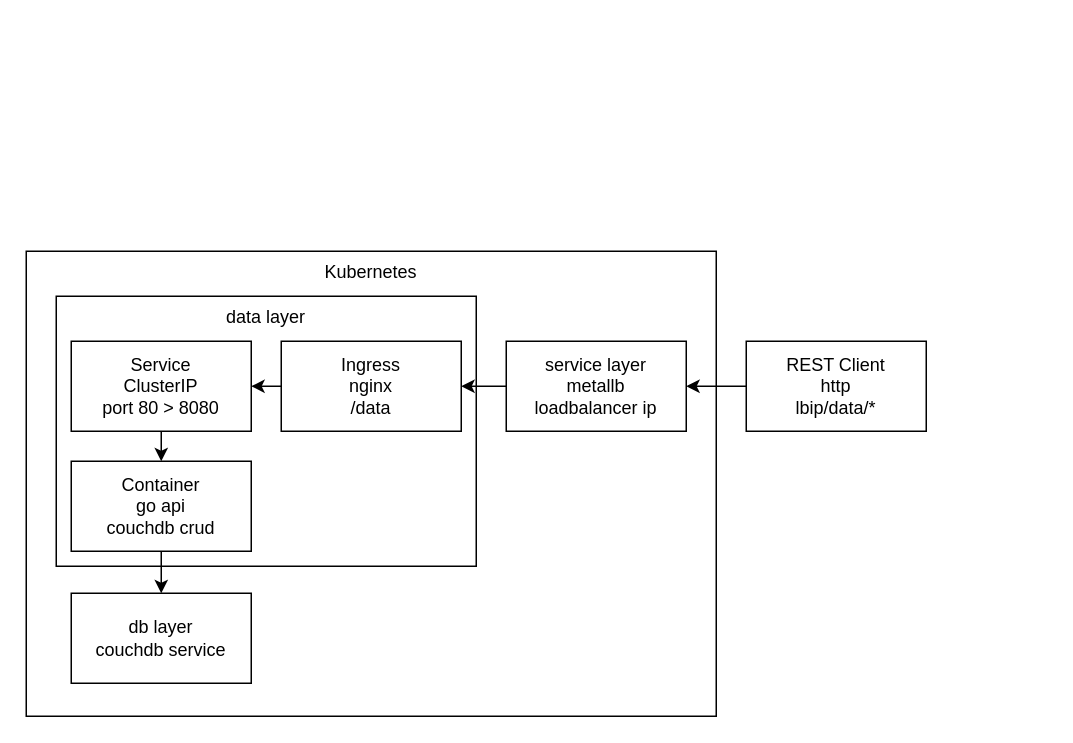
The draw.io diagram diagrams/data.drawio in mchellmer/nineteenseventytwo-eightbitsaxlounge, before the edit. Source tidied: cells renumbered, new cells numbered last; positions are measured from the earlier drawing's top-left corner, leaving out a move shared by most shapes. Both pictures are drawn from the tidied source at 150%, with x=0, y=0 at pixel (26, 250).
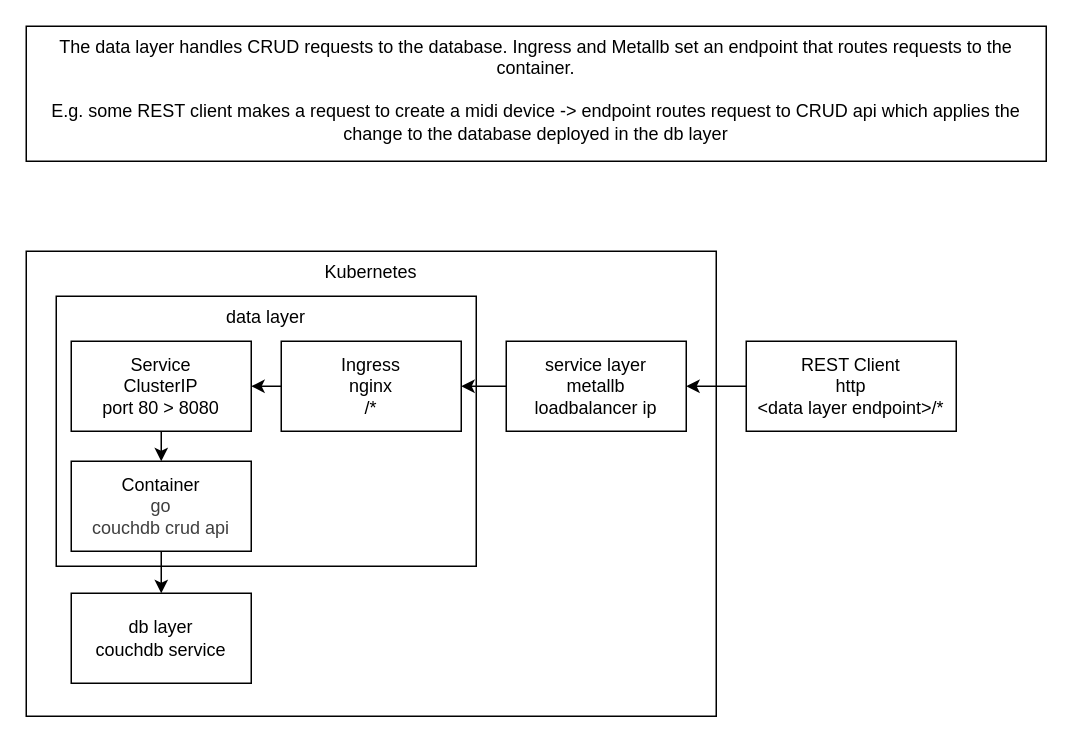
After the change.

The edit, as a diff of the source:
```diff
@@
 <mxGraphModel>
   <root>
     <mxCell id="0" />
     <mxCell id="1" parent="0" />
     <mxCell id="2" value="Kubernetes" style="rounded=0;whiteSpace=wrap;html=1;verticalAlign=top;" parent="1" vertex="1">
       <mxGeometry width="460" height="310" as="geometry" />
     </mxCell>
     <mxCell id="3" value="data layer" style="rounded=0;whiteSpace=wrap;html=1;verticalAlign=top;" parent="1" vertex="1">
       <mxGeometry x="20" y="30" width="280" height="180" as="geometry" />
     </mxCell>
     <mxCell id="4" style="edgeStyle=none;html=1;exitX=0.5;exitY=1;exitDx=0;exitDy=0;entryX=0.5;entryY=0;entryDx=0;entryDy=0;" parent="1" edge="1" source="5" target="10">
       <mxGeometry relative="1" as="geometry" />
     </mxCell>
-    <mxCell id="5" value="Container&lt;div&gt;go api&lt;/div&gt;&lt;div&gt;couchdb crud&lt;/div&gt;" style="rounded=0;whiteSpace=wrap;html=1;" parent="1" vertex="1">
+    <mxCell id="5" value="Container&lt;div&gt;&lt;span style=&quot;color: rgb(63, 63, 63); background-color: transparent;&quot;&gt;go&lt;/span&gt;&lt;/div&gt;&lt;div&gt;&lt;span style=&quot;color: rgb(63, 63, 63); background-color: transparent;&quot;&gt;couchdb crud api&lt;/span&gt;&lt;/div&gt;" style="rounded=0;whiteSpace=wrap;html=1;" parent="1" vertex="1">
       <mxGeometry x="30" y="140" width="120" height="60" as="geometry" />
     </mxCell>
     <mxCell id="6" style="edgeStyle=none;html=1;exitX=0;exitY=0.5;exitDx=0;exitDy=0;entryX=1;entryY=0.5;entryDx=0;entryDy=0;" parent="1" edge="1" source="7" target="9">
       <mxGeometry relative="1" as="geometry" />
     </mxCell>
-    <mxCell id="7" value="Ingress&lt;div&gt;nginx&lt;/div&gt;&lt;div&gt;/data&lt;/div&gt;" style="rounded=0;whiteSpace=wrap;html=1;" parent="1" vertex="1">
+    <mxCell id="7" value="Ingress&lt;div&gt;nginx&lt;/div&gt;&lt;div&gt;/*&lt;/div&gt;" style="rounded=0;whiteSpace=wrap;html=1;" parent="1" vertex="1">
       <mxGeometry x="170" y="60" width="120" height="60" as="geometry" />
     </mxCell>
     <mxCell id="8" style="edgeStyle=none;html=1;exitX=0.5;exitY=1;exitDx=0;exitDy=0;entryX=0.5;entryY=0;entryDx=0;entryDy=0;" parent="1" edge="1" source="9" target="5">
       <mxGeometry relative="1" as="geometry" />
     </mxCell>
     <mxCell id="9" value="Service&lt;div&gt;&lt;font color=&quot;#000000&quot;&gt;ClusterIP&lt;br&gt;&lt;/font&gt;&lt;div&gt;port 80 &amp;gt; 8080&lt;/div&gt;&lt;/div&gt;" style="rounded=0;whiteSpace=wrap;html=1;" parent="1" vertex="1">
       <mxGeometry x="30" y="60" width="120" height="60" as="geometry" />
     </mxCell>
     <mxCell id="10" value="db layer&lt;div&gt;couchdb service&lt;/div&gt;" style="rounded=0;whiteSpace=wrap;html=1;" parent="1" vertex="1">
       <mxGeometry x="30" y="228" width="120" height="60" as="geometry" />
     </mxCell>
     <mxCell id="11" style="edgeStyle=none;html=1;" parent="1" edge="1" source="12" target="14">
       <mxGeometry relative="1" as="geometry" />
     </mxCell>
-    <mxCell id="12" value="REST Client&lt;div&gt;http&lt;/div&gt;&lt;div&gt;lbip/data/*&lt;/div&gt;" style="rounded=0;whiteSpace=wrap;html=1;" parent="1" vertex="1">
-      <mxGeometry x="480" y="60" width="120" height="60" as="geometry" />
+    <mxCell id="12" value="REST Client&lt;div&gt;http&lt;/div&gt;&lt;div&gt;&amp;lt;data layer endpoint&amp;gt;/*&lt;/div&gt;" style="rounded=0;whiteSpace=wrap;html=1;" parent="1" vertex="1">
+      <mxGeometry x="480" y="60" width="140" height="60" as="geometry" />
     </mxCell>
     <mxCell id="13" style="edgeStyle=none;html=1;exitX=0;exitY=0.5;exitDx=0;exitDy=0;entryX=1;entryY=0.5;entryDx=0;entryDy=0;" parent="1" edge="1" source="14" target="7">
       <mxGeometry relative="1" as="geometry" />
     </mxCell>
     <mxCell id="14" value="service layer&lt;div&gt;metallb&lt;/div&gt;&lt;div&gt;loadbalancer ip&lt;/div&gt;" style="rounded=0;whiteSpace=wrap;html=1;" parent="1" vertex="1">
       <mxGeometry x="320" y="60" width="120" height="60" as="geometry" />
     </mxCell>
+    <mxCell id="15" value="The data layer handles CRUD requests to the database. Ingress and Metallb set an endpoint that routes requests to the container.&lt;div&gt;&lt;br&gt;&lt;/div&gt;&lt;div&gt;E.g. some REST client makes a request to create a midi device -&amp;gt; endpoint routes request to CRUD api which applies the change to the database deployed in the db layer&lt;/div&gt;" style="rounded=0;whiteSpace=wrap;html=1;verticalAlign=top;" parent="1" vertex="1">
+      <mxGeometry y="-150" width="680" height="90" as="geometry" />
+    </mxCell>
   </root>
 </mxGraphModel>
```
